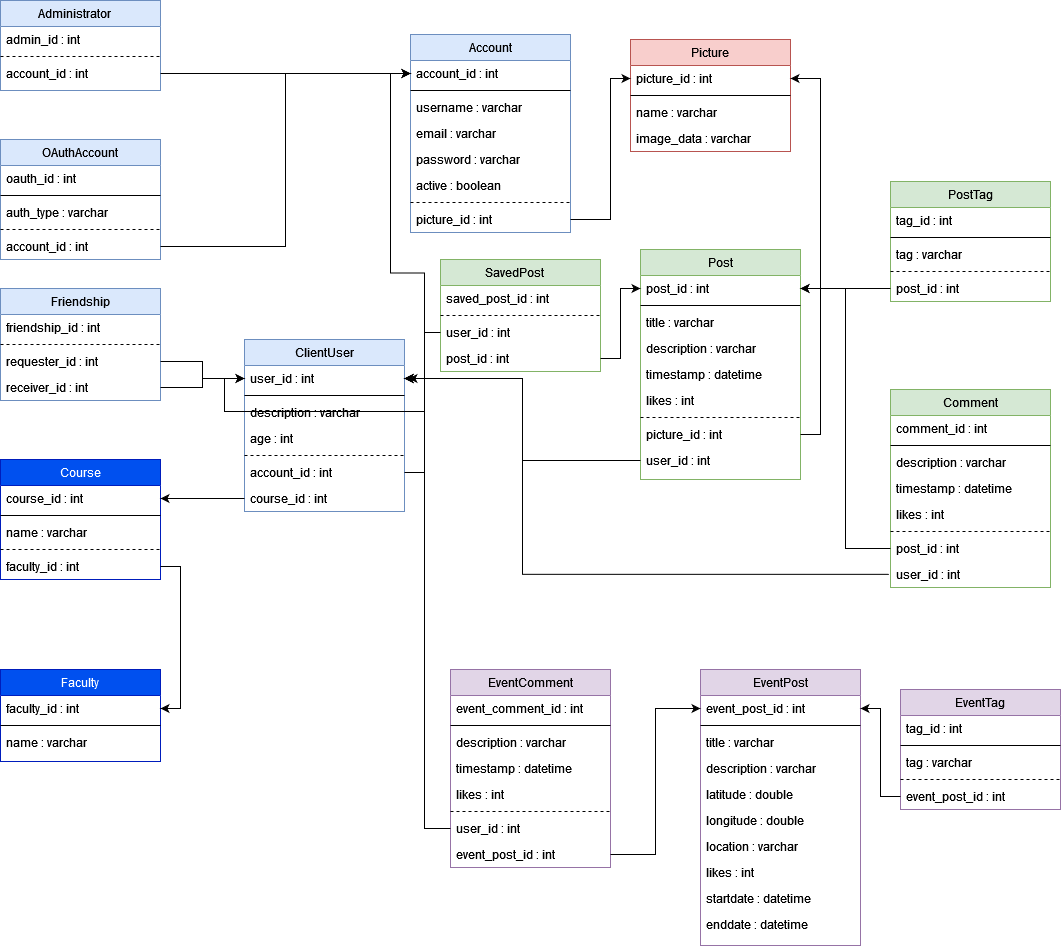
Above: docs/diagrams/RelationalDatabaseDesign.drawio.png in SE-TINF22B6/DHBWhub (draw.io), before the change. Source tidied: cells renumbered, new cells last; positions are measured from the earlier drawing's top-left corner, leaving out a move shared by most shapes.
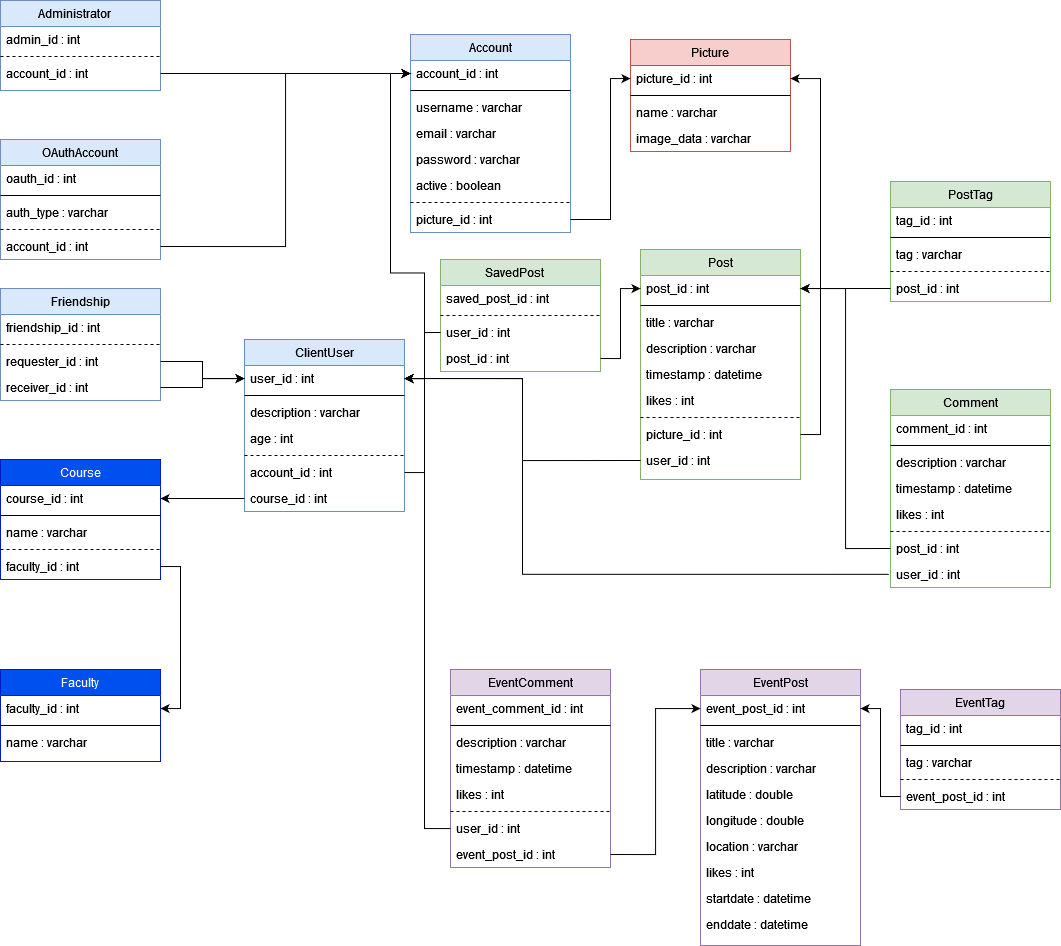
The same file after the commit.

Change to the diagram source:
```diff
@@ -65,16 +65,6 @@
     <mxCell id="22" value="course_id : int" style="text;align=left;verticalAlign=top;spacingLeft=4;spacingRight=4;overflow=hidden;points=[[0,0.5],[1,0.5]];portConstraint=eastwest;rounded=0;shadow=0;html=0;" parent="15" vertex="1">
       <mxGeometry y="146" width="160" height="26" as="geometry" />
     </mxCell>
-    <mxCell id="23" style="edgeStyle=orthogonalEdgeStyle;rounded=0;orthogonalLoop=1;jettySize=auto;html=1;entryX=1;entryY=0.5;entryDx=0;entryDy=0;" parent="15" edge="1" source="16" target="16">
-      <mxGeometry relative="1" as="geometry">
-        <Array as="points">
-          <mxPoint x="-20" y="39" />
-          <mxPoint x="-20" y="72" />
-          <mxPoint x="180" y="72" />
-          <mxPoint x="180" y="39" />
-        </Array>
-      </mxGeometry>
-    </mxCell>
     <mxCell id="24" value="Comment" style="swimlane;fontStyle=0;align=center;verticalAlign=top;horizontal=1;startSize=26;rounded=0;shadow=0;strokeWidth=1;fillColor=#d5e8d4;strokeColor=#82b366;swimlaneFillColor=default;" parent="1" vertex="1">
       <mxGeometry x="890" y="389" width="160" height="198" as="geometry" />
     </mxCell>
@@ -359,9 +349,8 @@
     <mxCell id="116" style="edgeStyle=orthogonalEdgeStyle;rounded=0;jettySize=auto;html=1;exitX=1;exitY=0.5;exitDx=0;exitDy=0;" parent="1" edge="1" source="105" target="86">
       <mxGeometry relative="1" as="geometry" />
     </mxCell>
-    <mxCell id="117" style="edgeStyle=orthogonalEdgeStyle;rounded=0;jettySize=auto;html=1;" parent="1" edge="1" source="46">
+    <mxCell id="117" style="edgeStyle=orthogonalEdgeStyle;rounded=0;jettySize=auto;html=1;" parent="1" edge="1" source="46" target="16">
       <mxGeometry relative="1" as="geometry">
-        <mxPoint x="408" y="378" as="targetPoint" />
         <Array as="points">
           <mxPoint x="424" y="828" />
           <mxPoint x="424" y="378" />
```
